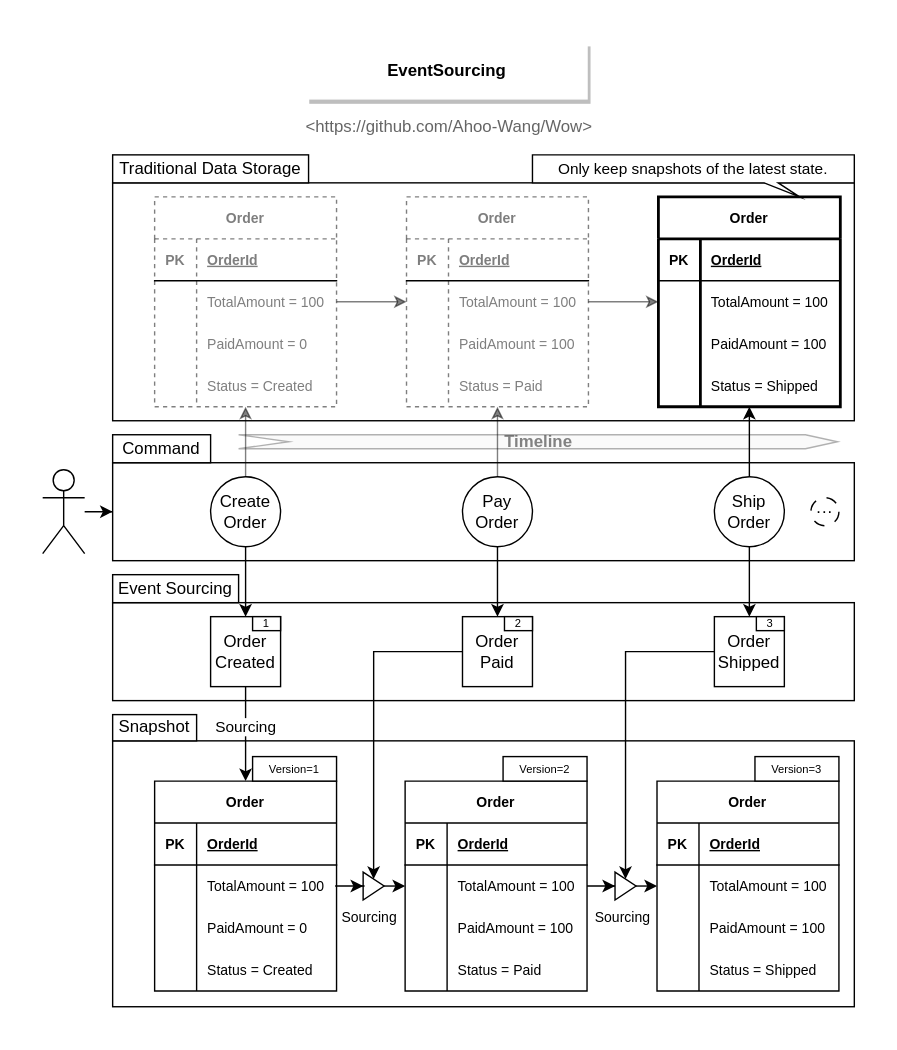
Above: document/design/assets/EventSourcing.svg in Ahoo-Wang/Wow (draw.io), before the change. Source tidied: cells renumbered, new cells last; positions are measured from the earlier drawing's top-left corner, leaving out a move shared by most shapes.
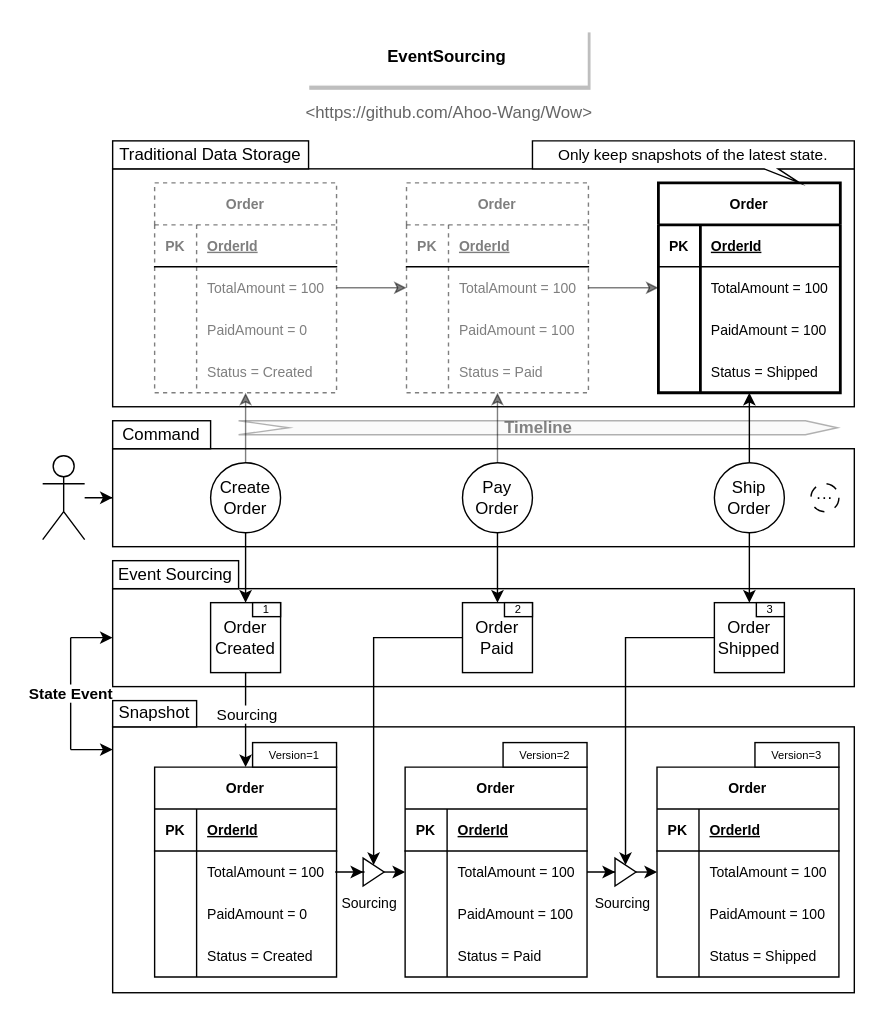
The same diagram one commit later.

Change to the diagram source:
```diff
@@ -388,5 +388,25 @@
     <mxCell id="129" value="Version=3" style="rounded=0;whiteSpace=wrap;html=1;fontSize=8;" parent="1" vertex="1">
       <mxGeometry x="509" y="510" width="60" height="17.5" as="geometry" />
     </mxCell>
+    <mxCell id="130" style="group;" parent="1" vertex="1">
+      <mxGeometry x="20" y="435" width="30" height="80" as="geometry" />
+    </mxCell>
+    <mxCell id="131" value="&lt;b&gt;State Event&lt;/b&gt;" style="endArrow=none;html=1;rounded=0;" parent="130" edge="1">
+      <mxGeometry relative="1" as="geometry">
+        <mxPoint y="80" as="sourcePoint" />
+        <mxPoint as="targetPoint" />
+      </mxGeometry>
+    </mxCell>
+    <mxCell id="132" style="endArrow=classic;html=1;rounded=0;entryX=0;entryY=0.5;entryDx=0;entryDy=0;" parent="130" edge="1" target="3">
+      <mxGeometry relative="1" as="geometry">
+        <mxPoint as="sourcePoint" />
+      </mxGeometry>
+    </mxCell>
+    <mxCell id="133" style="endArrow=classic;html=1;rounded=0;entryX=0;entryY=0.5;entryDx=0;entryDy=0;" parent="130" edge="1">
+      <mxGeometry relative="1" as="geometry">
+        <mxPoint y="80" as="sourcePoint" />
+        <mxPoint x="30" y="80" as="targetPoint" />
+      </mxGeometry>
+    </mxCell>
   </root>
 </mxGraphModel>
```
